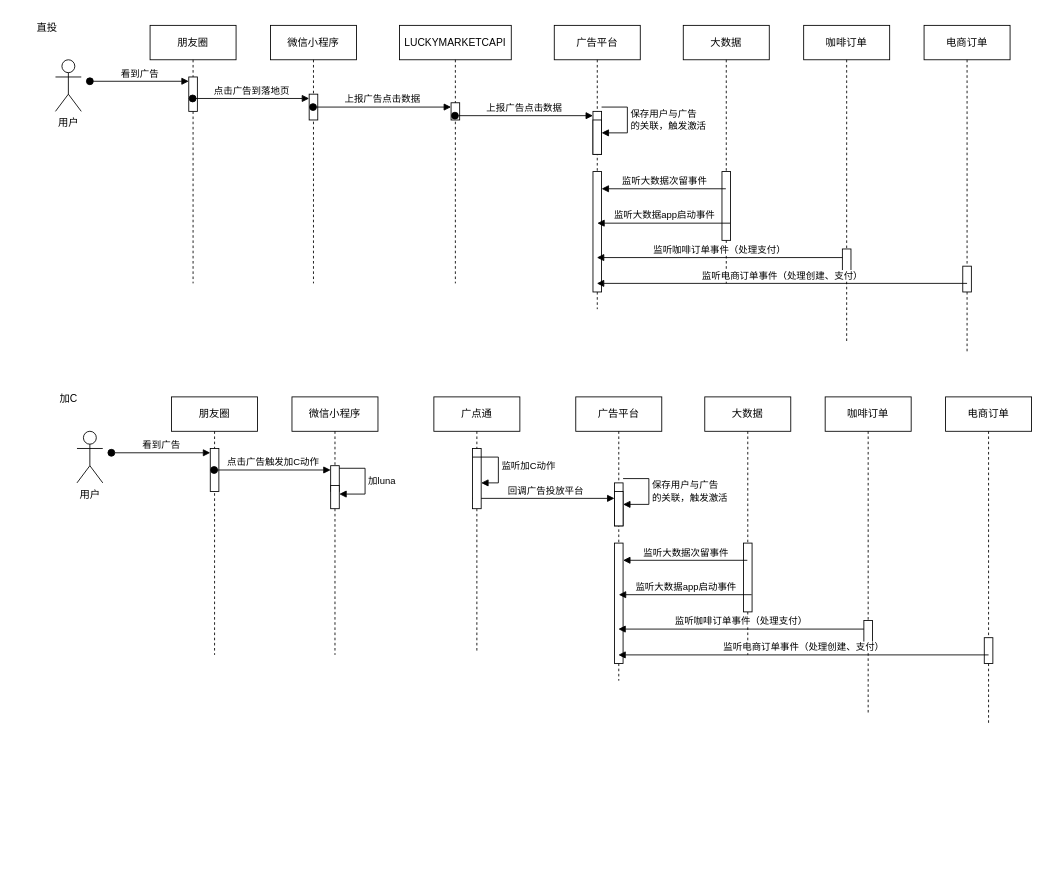
Earlier version of the draw.io diagram page "广告流量来源" (14 of 16) of src/draw/广告投放系统.drawio (y13513867074/draw). Source tidied: cells renumbered, new cells numbered last; positions are measured from the earlier drawing's top-left corner, leaving out a move shared by most shapes. Both pictures are drawn from the tidied source at 86%, with x=0, y=0 at pixel (25, 15).
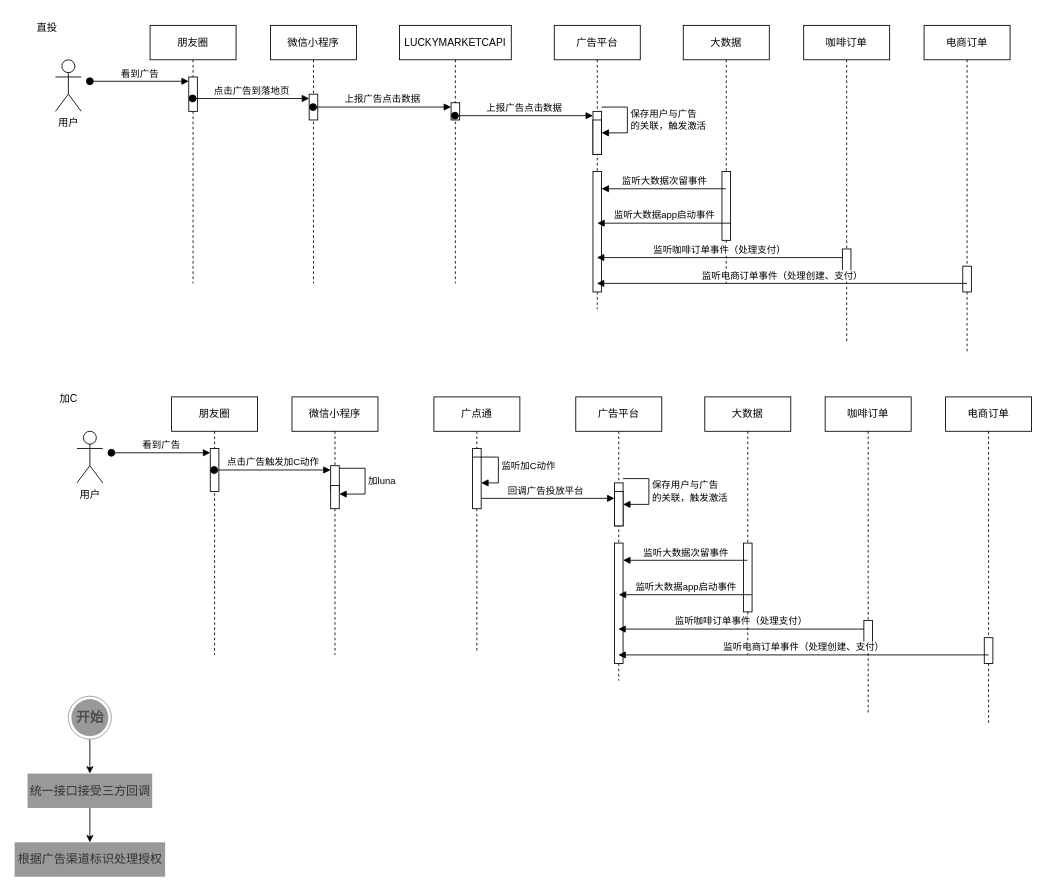
After the change.

Change to the diagram source:
```diff
@@
+    <mxCell id="58" style="edgeStyle=orthogonalEdgeStyle;rounded=0;jettySize=auto;html=1;exitX=0.5;exitY=1;exitDx=0;exitDy=0;" parent="1" edge="1" source="59" target="61">
+      <mxGeometry relative="1" as="geometry" />
+    </mxCell>
+    <mxCell id="59" value="开始" style="ellipse;html=1;shape=endState;fillColor=strokeColor;rounded=1;shadow=0;sketch=0;strokeColor=#999999;strokeWidth=1;fontFamily=Helvetica;fontSize=16;fontColor=#4D4D4D;fontStyle=1;" parent="1" vertex="1">
+      <mxGeometry x="50" y="792" width="50" height="50" as="geometry" />
+    </mxCell>
+    <mxCell id="60" style="edgeStyle=orthogonalEdgeStyle;rounded=0;jettySize=auto;html=1;" parent="1" edge="1" source="61" target="62">
+      <mxGeometry relative="1" as="geometry" />
+    </mxCell>
+    <mxCell id="61" value="统一接口接受三方回调" style="html=1;rounded=0;shadow=0;glass=0;labelBorderColor=none;strokeColor=none;fontFamily=Helvetica;fontSize=14;fontColor=#333333;startSize=23;fillColor=#999999;arcSize=8;strokeWidth=1;flipV=1;flipH=1;sketch=0;" parent="1" vertex="1">
+      <mxGeometry x="2.5" y="882" width="145" height="40" as="geometry" />
+    </mxCell>
+    <mxCell id="62" value="根据广告渠道标识处理授权" style="html=1;rounded=0;shadow=0;glass=0;labelBorderColor=none;strokeColor=none;fontFamily=Helvetica;fontSize=14;fontColor=#333333;startSize=23;fillColor=#999999;arcSize=8;strokeWidth=1;flipV=1;flipH=1;sketch=0;" parent="1" vertex="1">
+      <mxGeometry x="-12.5" y="962" width="175" height="40" as="geometry" />
+    </mxCell>
```
